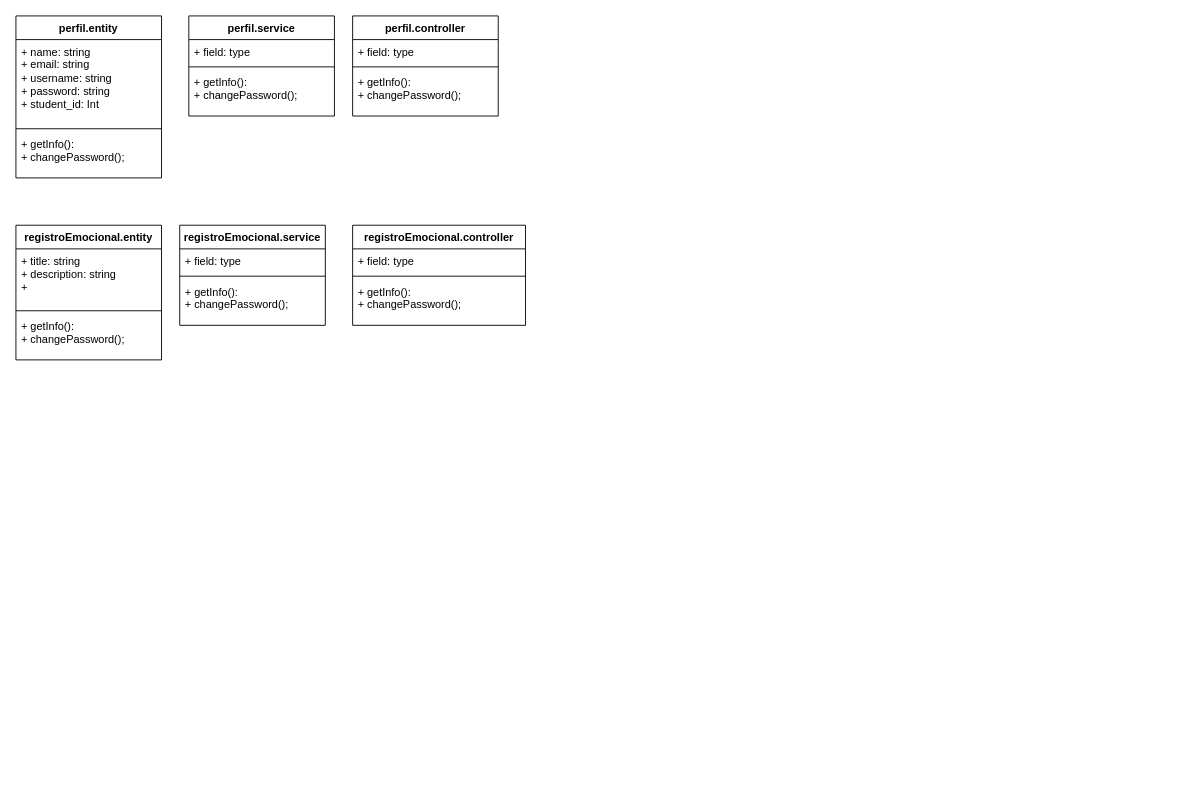
Before: ClassDiagram.drawio in Our-Hive/OurHive-API-v2, a draw.io diagram. Source tidied: cells renumbered, new cells numbered last; positions are measured from the earlier drawing's top-left corner, leaving out a move shared by most shapes. Both pictures are drawn from the tidied source at 91%, with x=0, y=0 at pixel (15, 15).
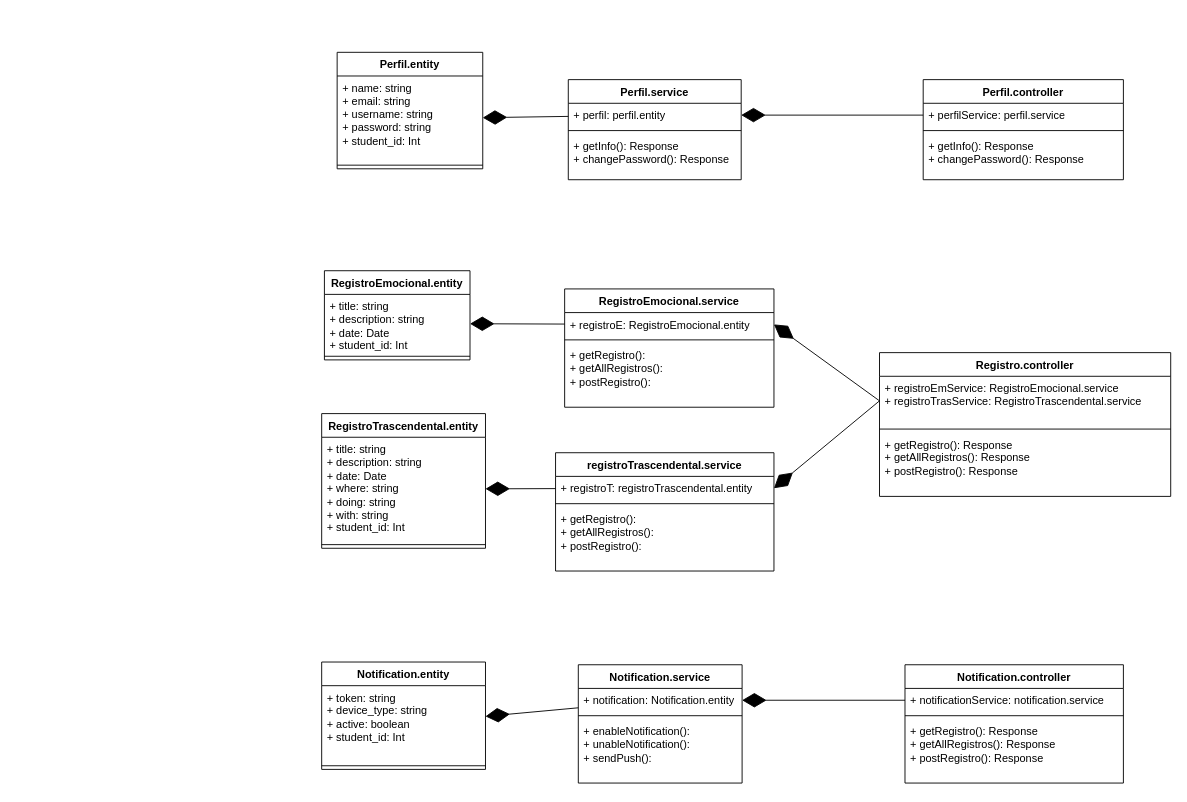
Above is the later version.

Unchanged cells that the change refers to:
```xml
<mxCell id="11" value="+ name: string&lt;br&gt;+ email: string&lt;br&gt;+ username: string&lt;br&gt;+ password: string&lt;br&gt;+ student_id: Int" style="text;strokeColor=none;fillColor=none;align=left;verticalAlign=top;spacingLeft=4;spacingRight=4;overflow=hidden;points=[[0,0.5],[1,0.5]];portConstraint=eastwest;whiteSpace=wrap;html=1;" parent="10" vertex="1">
  <mxGeometry y="26" width="160" height="94" as="geometry" />
</mxCell>
```

Diff of the diagram source:
```diff
@@
-    <mxCell id="2" value="perfil.controller" style="swimlane;fontStyle=1;align=center;verticalAlign=top;horizontal=1;startSize=26;whiteSpace=wrap;html=1;" parent="1" vertex="1">
-      <mxGeometry x="370" width="160" height="110" as="geometry" />
+    <mxCell id="2" value="Perfil.controller" style="swimlane;fontStyle=1;align=center;verticalAlign=top;horizontal=1;startSize=26;whiteSpace=wrap;html=1;" parent="1" vertex="1">
+      <mxGeometry x="997" y="70" width="220" height="110" as="geometry" />
     </mxCell>
-    <mxCell id="3" value="+ field: type" style="text;strokeColor=none;fillColor=none;align=left;verticalAlign=top;spacingLeft=4;spacingRight=4;overflow=hidden;points=[[0,0.5],[1,0.5]];portConstraint=eastwest;whiteSpace=wrap;html=1;" parent="2" vertex="1">
-      <mxGeometry y="26" width="160" height="26" as="geometry" />
+    <mxCell id="3" value="+ perfilService: perfil.service" style="text;strokeColor=none;fillColor=none;align=left;verticalAlign=top;spacingLeft=4;spacingRight=4;overflow=hidden;points=[[0,0.5],[1,0.5]];portConstraint=eastwest;whiteSpace=wrap;html=1;" parent="2" vertex="1">
+      <mxGeometry y="26" width="220" height="26" as="geometry" />
     </mxCell>
     <mxCell id="4" style="line;strokeWidth=1;fillColor=none;align=left;verticalAlign=middle;spacingTop=-1;spacingLeft=3;spacingRight=3;labelPosition=right;strokeColor=inherit;" parent="2" vertex="1">
-      <mxGeometry y="52" width="160" height="8" as="geometry" />
+      <mxGeometry y="52" width="220" height="8" as="geometry" />
     </mxCell>
-    <mxCell id="5" value="+ getInfo():&lt;br&gt;+ changePassword();" style="text;strokeColor=none;fillColor=none;align=left;verticalAlign=top;spacingLeft=4;spacingRight=4;overflow=hidden;whiteSpace=wrap;html=1;" parent="2" vertex="1">
-      <mxGeometry y="60" width="160" height="50" as="geometry" />
+    <mxCell id="5" value="+ getInfo(): Response&lt;br&gt;+ changePassword(): Response" style="text;strokeColor=none;fillColor=none;align=left;verticalAlign=top;spacingLeft=4;spacingRight=4;overflow=hidden;whiteSpace=wrap;html=1;" parent="2" vertex="1">
+      <mxGeometry y="60" width="220" height="50" as="geometry" />
     </mxCell>
-    <mxCell id="6" value="perfil.service" style="swimlane;fontStyle=1;align=center;verticalAlign=top;horizontal=1;startSize=26;whiteSpace=wrap;html=1;" parent="1" vertex="1">
-      <mxGeometry x="190" width="160" height="110" as="geometry" />
+    <mxCell id="6" value="Perfil.service" style="swimlane;fontStyle=1;align=center;verticalAlign=top;horizontal=1;startSize=26;whiteSpace=wrap;html=1;" parent="1" vertex="1">
+      <mxGeometry x="607" y="70" width="190" height="110" as="geometry" />
     </mxCell>
-    <mxCell id="7" value="+ field: type" style="text;strokeColor=none;fillColor=none;align=left;verticalAlign=top;spacingLeft=4;spacingRight=4;overflow=hidden;points=[[0,0.5],[1,0.5]];portConstraint=eastwest;whiteSpace=wrap;html=1;" parent="6" vertex="1">
-      <mxGeometry y="26" width="160" height="26" as="geometry" />
+    <mxCell id="7" value="+ perfil: perfil.entity" style="text;strokeColor=none;fillColor=none;align=left;verticalAlign=top;spacingLeft=4;spacingRight=4;overflow=hidden;points=[[0,0.5],[1,0.5]];portConstraint=eastwest;whiteSpace=wrap;html=1;" parent="6" vertex="1">
+      <mxGeometry y="26" width="190" height="26" as="geometry" />
     </mxCell>
     <mxCell id="8" style="line;strokeWidth=1;fillColor=none;align=left;verticalAlign=middle;spacingTop=-1;spacingLeft=3;spacingRight=3;labelPosition=right;strokeColor=inherit;" parent="6" vertex="1">
-      <mxGeometry y="52" width="160" height="8" as="geometry" />
+      <mxGeometry y="52" width="190" height="8" as="geometry" />
     </mxCell>
-    <mxCell id="9" value="+ getInfo():&lt;br&gt;+ changePassword();" style="text;strokeColor=none;fillColor=none;align=left;verticalAlign=top;spacingLeft=4;spacingRight=4;overflow=hidden;whiteSpace=wrap;html=1;" parent="6" vertex="1">
-      <mxGeometry y="60" width="160" height="50" as="geometry" />
+    <mxCell id="9" value="+ getInfo(): Response&lt;br&gt;+ changePassword(): Response" style="text;strokeColor=none;fillColor=none;align=left;verticalAlign=top;spacingLeft=4;spacingRight=4;overflow=hidden;whiteSpace=wrap;html=1;" parent="6" vertex="1">
+      <mxGeometry y="60" width="190" height="50" as="geometry" />
     </mxCell>
-    <mxCell id="10" value="perfil.entity" style="swimlane;fontStyle=1;align=center;verticalAlign=top;horizontal=1;startSize=26;whiteSpace=wrap;html=1;" parent="1" vertex="1">
-      <mxGeometry width="160" height="178" as="geometry" />
+    <mxCell id="10" value="Perfil.entity" style="swimlane;fontStyle=1;align=center;verticalAlign=top;horizontal=1;startSize=26;whiteSpace=wrap;html=1;" parent="1" vertex="1">
+      <mxGeometry x="353" y="40" width="160" height="128" as="geometry" />
     </mxCell>
@@
-    <mxCell id="13" value="+ getInfo():&lt;br&gt;+ changePassword();" style="text;strokeColor=none;fillColor=none;align=left;verticalAlign=top;spacingLeft=4;spacingRight=4;overflow=hidden;whiteSpace=wrap;html=1;" parent="10" vertex="1">
-      <mxGeometry y="128" width="160" height="50" as="geometry" />
-    </mxCell>
-    <mxCell id="14" value="registroEmocional.entity" style="swimlane;fontStyle=1;align=center;verticalAlign=top;horizontal=1;startSize=26;whiteSpace=wrap;html=1;" parent="1" vertex="1">
-      <mxGeometry y="230" width="160" height="148" as="geometry" />
+    <mxCell id="14" value="RegistroEmocional.entity" style="swimlane;fontStyle=1;align=center;verticalAlign=top;horizontal=1;startSize=26;whiteSpace=wrap;html=1;" parent="1" vertex="1">
+      <mxGeometry x="339" y="280" width="160" height="98" as="geometry" />
     </mxCell>
-    <mxCell id="15" value="+ title: string&lt;br&gt;+ description: string&lt;br&gt;+&amp;nbsp;" style="text;strokeColor=none;fillColor=none;align=left;verticalAlign=top;spacingLeft=4;spacingRight=4;overflow=hidden;points=[[0,0.5],[1,0.5]];portConstraint=eastwest;whiteSpace=wrap;html=1;" parent="14" vertex="1">
+    <mxCell id="15" value="+ title: string&lt;br&gt;+ description: string&lt;br&gt;+ date: Date&lt;br&gt;+ student_id: Int" style="text;strokeColor=none;fillColor=none;align=left;verticalAlign=top;spacingLeft=4;spacingRight=4;overflow=hidden;points=[[0,0.5],[1,0.5]];portConstraint=eastwest;whiteSpace=wrap;html=1;" parent="14" vertex="1">
       <mxGeometry y="26" width="160" height="64" as="geometry" />
     </mxCell>
@@
-    <mxCell id="17" value="+ getInfo():&lt;br&gt;+ changePassword();" style="text;strokeColor=none;fillColor=none;align=left;verticalAlign=top;spacingLeft=4;spacingRight=4;overflow=hidden;whiteSpace=wrap;html=1;" parent="14" vertex="1">
-      <mxGeometry y="98" width="160" height="50" as="geometry" />
-    </mxCell>
-    <mxCell id="18" value="registroEmocional.service" style="swimlane;fontStyle=1;align=center;verticalAlign=top;horizontal=1;startSize=26;whiteSpace=wrap;html=1;" parent="1" vertex="1">
-      <mxGeometry x="180" y="230" width="160" height="110" as="geometry" />
+    <mxCell id="18" value="RegistroEmocional.service" style="swimlane;fontStyle=1;align=center;verticalAlign=top;horizontal=1;startSize=26;whiteSpace=wrap;html=1;" parent="1" vertex="1">
+      <mxGeometry x="603" y="300" width="230" height="130" as="geometry" />
     </mxCell>
-    <mxCell id="19" value="+ field: type" style="text;strokeColor=none;fillColor=none;align=left;verticalAlign=top;spacingLeft=4;spacingRight=4;overflow=hidden;points=[[0,0.5],[1,0.5]];portConstraint=eastwest;whiteSpace=wrap;html=1;" parent="18" vertex="1">
-      <mxGeometry y="26" width="160" height="26" as="geometry" />
+    <mxCell id="19" value="+ registroE: RegistroEmocional.entity" style="text;strokeColor=none;fillColor=none;align=left;verticalAlign=top;spacingLeft=4;spacingRight=4;overflow=hidden;points=[[0,0.5],[1,0.5]];portConstraint=eastwest;whiteSpace=wrap;html=1;" parent="18" vertex="1">
+      <mxGeometry y="26" width="230" height="26" as="geometry" />
     </mxCell>
     <mxCell id="20" style="line;strokeWidth=1;fillColor=none;align=left;verticalAlign=middle;spacingTop=-1;spacingLeft=3;spacingRight=3;labelPosition=right;strokeColor=inherit;" parent="18" vertex="1">
-      <mxGeometry y="52" width="160" height="8" as="geometry" />
+      <mxGeometry y="52" width="230" height="8" as="geometry" />
     </mxCell>
-    <mxCell id="21" value="+ getInfo():&lt;br&gt;+ changePassword();" style="text;strokeColor=none;fillColor=none;align=left;verticalAlign=top;spacingLeft=4;spacingRight=4;overflow=hidden;whiteSpace=wrap;html=1;" parent="18" vertex="1">
-      <mxGeometry y="60" width="160" height="50" as="geometry" />
+    <mxCell id="21" value="+ getRegistro():&lt;br style=&quot;border-color: var(--border-color);&quot;&gt;+ getAllRegistros():&lt;br style=&quot;border-color: var(--border-color);&quot;&gt;+ postRegistro():" style="text;strokeColor=none;fillColor=none;align=left;verticalAlign=top;spacingLeft=4;spacingRight=4;overflow=hidden;whiteSpace=wrap;html=1;" parent="18" vertex="1">
+      <mxGeometry y="60" width="230" height="70" as="geometry" />
     </mxCell>
-    <mxCell id="22" value="registroEmocional.controller" style="swimlane;fontStyle=1;align=center;verticalAlign=top;horizontal=1;startSize=26;whiteSpace=wrap;html=1;" parent="1" vertex="1">
-      <mxGeometry x="370" y="230" width="190" height="110" as="geometry" />
+    <mxCell id="22" value="Registro.controller" style="swimlane;fontStyle=1;align=center;verticalAlign=top;horizontal=1;startSize=26;whiteSpace=wrap;html=1;" parent="1" vertex="1">
+      <mxGeometry x="949" y="370" width="320" height="158" as="geometry" />
     </mxCell>
-    <mxCell id="23" value="+ field: type" style="text;strokeColor=none;fillColor=none;align=left;verticalAlign=top;spacingLeft=4;spacingRight=4;overflow=hidden;points=[[0,0.5],[1,0.5]];portConstraint=eastwest;whiteSpace=wrap;html=1;" parent="22" vertex="1">
-      <mxGeometry y="26" width="190" height="26" as="geometry" />
+    <mxCell id="23" value="+ registroEmService: RegistroEmocional.service&lt;br&gt;+ registroTrasService: RegistroTrascendental.service" style="text;strokeColor=none;fillColor=none;align=left;verticalAlign=top;spacingLeft=4;spacingRight=4;overflow=hidden;points=[[0,0.5],[1,0.5]];portConstraint=eastwest;whiteSpace=wrap;html=1;" parent="22" vertex="1">
+      <mxGeometry y="26" width="320" height="54" as="geometry" />
     </mxCell>
     <mxCell id="24" style="line;strokeWidth=1;fillColor=none;align=left;verticalAlign=middle;spacingTop=-1;spacingLeft=3;spacingRight=3;labelPosition=right;strokeColor=inherit;" parent="22" vertex="1">
-      <mxGeometry y="52" width="190" height="8" as="geometry" />
+      <mxGeometry y="80" width="320" height="8" as="geometry" />
     </mxCell>
-    <mxCell id="25" value="+ getInfo():&lt;br&gt;+ changePassword();" style="text;strokeColor=none;fillColor=none;align=left;verticalAlign=top;spacingLeft=4;spacingRight=4;overflow=hidden;whiteSpace=wrap;html=1;" parent="22" vertex="1">
-      <mxGeometry y="60" width="190" height="50" as="geometry" />
+    <mxCell id="25" value="+ getRegistro(): Response&lt;br&gt;+ getAllRegistros(): Response&lt;br&gt;+ postRegistro(): Response" style="text;strokeColor=none;fillColor=none;align=left;verticalAlign=top;spacingLeft=4;spacingRight=4;overflow=hidden;whiteSpace=wrap;html=1;" parent="22" vertex="1">
+      <mxGeometry y="88" width="320" height="70" as="geometry" />
     </mxCell>
+    <mxCell id="26" value="RegistroTrascendental.entity" style="swimlane;fontStyle=1;align=center;verticalAlign=top;horizontal=1;startSize=26;whiteSpace=wrap;html=1;" parent="1" vertex="1">
+      <mxGeometry x="336" y="437" width="180" height="148" as="geometry" />
+    </mxCell>
+    <mxCell id="27" value="+ title: string&lt;br&gt;+ description: string&lt;br&gt;+ date: Date&lt;br&gt;+ where: string&lt;br&gt;+ doing: string&lt;br&gt;+ with: string&lt;br&gt;+ student_id: Int" style="text;strokeColor=none;fillColor=none;align=left;verticalAlign=top;spacingLeft=4;spacingRight=4;overflow=hidden;points=[[0,0.5],[1,0.5]];portConstraint=eastwest;whiteSpace=wrap;html=1;" parent="26" vertex="1">
+      <mxGeometry y="26" width="180" height="114" as="geometry" />
+    </mxCell>
+    <mxCell id="28" style="line;strokeWidth=1;fillColor=none;align=left;verticalAlign=middle;spacingTop=-1;spacingLeft=3;spacingRight=3;labelPosition=right;strokeColor=inherit;" parent="26" vertex="1">
+      <mxGeometry y="140" width="180" height="8" as="geometry" />
+    </mxCell>
+    <mxCell id="29" value="registroTrascendental.service" style="swimlane;fontStyle=1;align=center;verticalAlign=top;horizontal=1;startSize=26;whiteSpace=wrap;html=1;" parent="1" vertex="1">
+      <mxGeometry x="593" y="480" width="240" height="130" as="geometry" />
+    </mxCell>
+    <mxCell id="30" value="+ registroT: registroTrascendental.entity" style="text;strokeColor=none;fillColor=none;align=left;verticalAlign=top;spacingLeft=4;spacingRight=4;overflow=hidden;points=[[0,0.5],[1,0.5]];portConstraint=eastwest;whiteSpace=wrap;html=1;" parent="29" vertex="1">
+      <mxGeometry y="26" width="240" height="26" as="geometry" />
+    </mxCell>
+    <mxCell id="31" style="line;strokeWidth=1;fillColor=none;align=left;verticalAlign=middle;spacingTop=-1;spacingLeft=3;spacingRight=3;labelPosition=right;strokeColor=inherit;" parent="29" vertex="1">
+      <mxGeometry y="52" width="240" height="8" as="geometry" />
+    </mxCell>
+    <mxCell id="32" value="+ getRegistro():&lt;br style=&quot;border-color: var(--border-color);&quot;&gt;+ getAllRegistros():&lt;br style=&quot;border-color: var(--border-color);&quot;&gt;+ postRegistro():" style="text;strokeColor=none;fillColor=none;align=left;verticalAlign=top;spacingLeft=4;spacingRight=4;overflow=hidden;whiteSpace=wrap;html=1;" parent="29" vertex="1">
+      <mxGeometry y="60" width="240" height="70" as="geometry" />
+    </mxCell>
+    <mxCell id="33" value="Notification.entity" style="swimlane;fontStyle=1;align=center;verticalAlign=top;horizontal=1;startSize=26;whiteSpace=wrap;html=1;" parent="1" vertex="1">
+      <mxGeometry x="336" y="710" width="180" height="118" as="geometry" />
+    </mxCell>
+    <mxCell id="34" value="+ token: string&lt;br&gt;+ device_type: string&lt;br&gt;+ active: boolean&lt;br&gt;+ student_id: Int" style="text;strokeColor=none;fillColor=none;align=left;verticalAlign=top;spacingLeft=4;spacingRight=4;overflow=hidden;points=[[0,0.5],[1,0.5]];portConstraint=eastwest;whiteSpace=wrap;html=1;" parent="33" vertex="1">
+      <mxGeometry y="26" width="180" height="84" as="geometry" />
+    </mxCell>
+    <mxCell id="35" style="line;strokeWidth=1;fillColor=none;align=left;verticalAlign=middle;spacingTop=-1;spacingLeft=3;spacingRight=3;labelPosition=right;strokeColor=inherit;" parent="33" vertex="1">
+      <mxGeometry y="110" width="180" height="8" as="geometry" />
+    </mxCell>
+    <mxCell id="36" value="Notification.service" style="swimlane;fontStyle=1;align=center;verticalAlign=top;horizontal=1;startSize=26;whiteSpace=wrap;html=1;" parent="1" vertex="1">
+      <mxGeometry x="618" y="713" width="180" height="130" as="geometry" />
+    </mxCell>
+    <mxCell id="37" value="+ notification: Notification.entity" style="text;strokeColor=none;fillColor=none;align=left;verticalAlign=top;spacingLeft=4;spacingRight=4;overflow=hidden;points=[[0,0.5],[1,0.5]];portConstraint=eastwest;whiteSpace=wrap;html=1;" parent="36" vertex="1">
+      <mxGeometry y="26" width="180" height="26" as="geometry" />
+    </mxCell>
+    <mxCell id="38" style="line;strokeWidth=1;fillColor=none;align=left;verticalAlign=middle;spacingTop=-1;spacingLeft=3;spacingRight=3;labelPosition=right;strokeColor=inherit;" parent="36" vertex="1">
+      <mxGeometry y="52" width="180" height="8" as="geometry" />
+    </mxCell>
+    <mxCell id="39" value="+ enableNotification():&lt;br&gt;+ unableNotification():&lt;br&gt;+ sendPush():" style="text;strokeColor=none;fillColor=none;align=left;verticalAlign=top;spacingLeft=4;spacingRight=4;overflow=hidden;whiteSpace=wrap;html=1;" parent="36" vertex="1">
+      <mxGeometry y="60" width="180" height="70" as="geometry" />
+    </mxCell>
+    <mxCell id="40" value="Notification.controller" style="swimlane;fontStyle=1;align=center;verticalAlign=top;horizontal=1;startSize=26;whiteSpace=wrap;html=1;" parent="1" vertex="1">
+      <mxGeometry x="977" y="713" width="240" height="130" as="geometry" />
+    </mxCell>
+    <mxCell id="41" value="+ notificationService: notification.service" style="text;strokeColor=none;fillColor=none;align=left;verticalAlign=top;spacingLeft=4;spacingRight=4;overflow=hidden;points=[[0,0.5],[1,0.5]];portConstraint=eastwest;whiteSpace=wrap;html=1;" parent="40" vertex="1">
+      <mxGeometry y="26" width="240" height="26" as="geometry" />
+    </mxCell>
+    <mxCell id="42" style="line;strokeWidth=1;fillColor=none;align=left;verticalAlign=middle;spacingTop=-1;spacingLeft=3;spacingRight=3;labelPosition=right;strokeColor=inherit;" parent="40" vertex="1">
+      <mxGeometry y="52" width="240" height="8" as="geometry" />
+    </mxCell>
+    <mxCell id="43" value="+ getRegistro(): Response&lt;br&gt;+ getAllRegistros(): Response&lt;br&gt;+ postRegistro(): Response" style="text;strokeColor=none;fillColor=none;align=left;verticalAlign=top;spacingLeft=4;spacingRight=4;overflow=hidden;whiteSpace=wrap;html=1;" parent="40" vertex="1">
+      <mxGeometry y="60" width="240" height="70" as="geometry" />
+    </mxCell>
+    <mxCell id="44" style="endArrow=diamondThin;endFill=1;endSize=24;html=1;rounded=0;" parent="1" edge="1" source="37" target="34">
+      <mxGeometry relative="1" as="geometry" />
+    </mxCell>
+    <mxCell id="45" style="endArrow=diamondThin;endFill=1;endSize=24;html=1;rounded=0;" parent="1" edge="1" source="41" target="37">
+      <mxGeometry relative="1" as="geometry" />
+    </mxCell>
+    <mxCell id="46" style="endArrow=diamondThin;endFill=1;endSize=24;html=1;rounded=0;" parent="1" edge="1" source="19" target="15">
+      <mxGeometry relative="1" as="geometry" />
+    </mxCell>
+    <mxCell id="47" style="endArrow=diamondThin;endFill=1;endSize=24;html=1;rounded=0;" parent="1" edge="1" source="30" target="27">
+      <mxGeometry relative="1" as="geometry" />
+    </mxCell>
+    <mxCell id="48" style="endArrow=diamondThin;endFill=1;endSize=24;html=1;rounded=0;exitX=0;exitY=0.5;exitDx=0;exitDy=0;entryX=1;entryY=0.5;entryDx=0;entryDy=0;" parent="1" edge="1" source="23" target="19">
+      <mxGeometry relative="1" as="geometry" />
+    </mxCell>
+    <mxCell id="49" style="endArrow=diamondThin;endFill=1;endSize=24;html=1;rounded=0;entryX=1;entryY=0.5;entryDx=0;entryDy=0;exitX=0;exitY=0.5;exitDx=0;exitDy=0;" parent="1" edge="1" source="23" target="30">
+      <mxGeometry relative="1" as="geometry" />
+    </mxCell>
+    <mxCell id="50" style="endArrow=diamondThin;endFill=1;endSize=24;html=1;rounded=0;" parent="1" edge="1" source="7" target="11">
+      <mxGeometry relative="1" as="geometry" />
+    </mxCell>
+    <mxCell id="51" style="endArrow=diamondThin;endFill=1;endSize=24;html=1;rounded=0;" parent="1" edge="1" source="3" target="7">
+      <mxGeometry relative="1" as="geometry" />
+    </mxCell>
```
